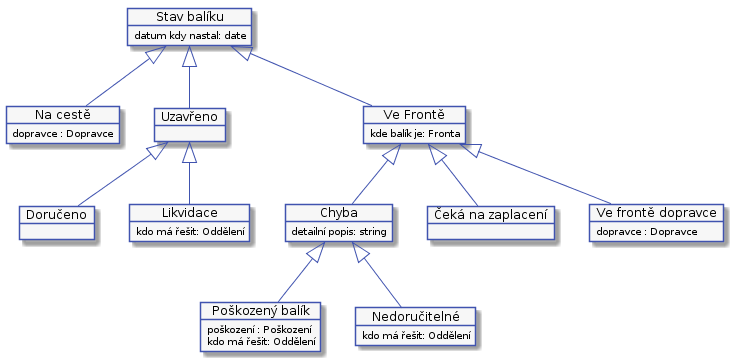
This is docs/diagrams/out/states-package-2.png from Internet-Handel/postman, a PlantUML export, as it was before one commit.
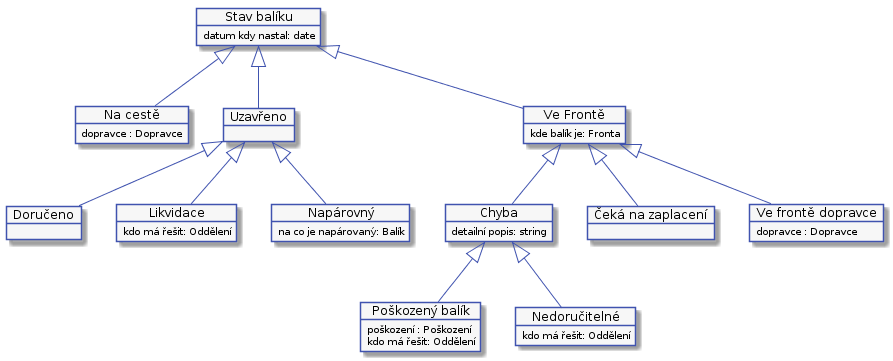
Later version of the same file.

Diff of the diagram source:
```diff
@@ -79,6 +79,11 @@
     kdo má řešit: Oddělení
 }
 
+object "Napárovný" as duplicated
+object duplicated {
+    na co je napárovaný: Balík
+}
+
 object "Ve Frontě" as queue
 object queue {
     kde balík je: Fronta
@@ -112,6 +117,7 @@
 state <|-- closed
 closed <|-- delivered
 closed <|-- disposed
+closed <|-- duplicated
 
 state <|-- delivering
 
```
